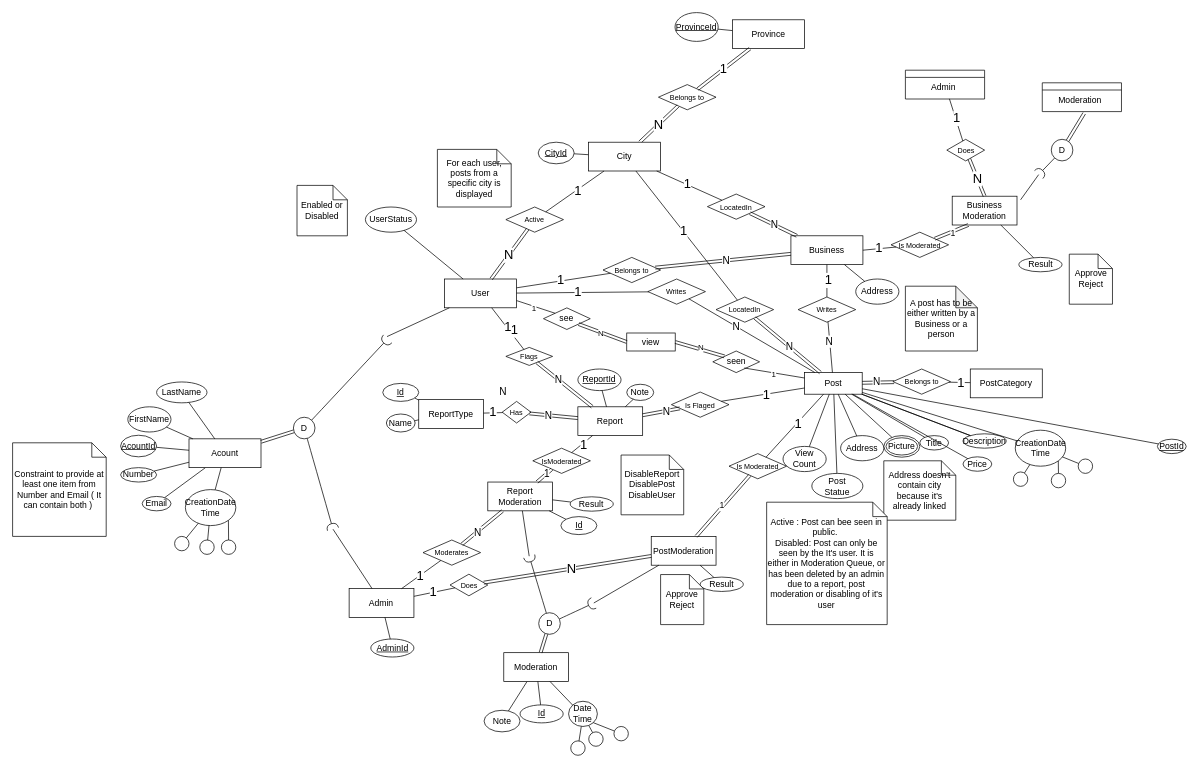
Earlier version of the draw.io diagram Project.drawio (khebrati/HamsellDatabase). Source tidied: cells renumbered, new cells numbered last; positions are measured from the earlier drawing's top-left corner, leaving out a move shared by most shapes. Both pictures are drawn from the tidied source at 72%, with x=0, y=0 at pixel (12, 12).
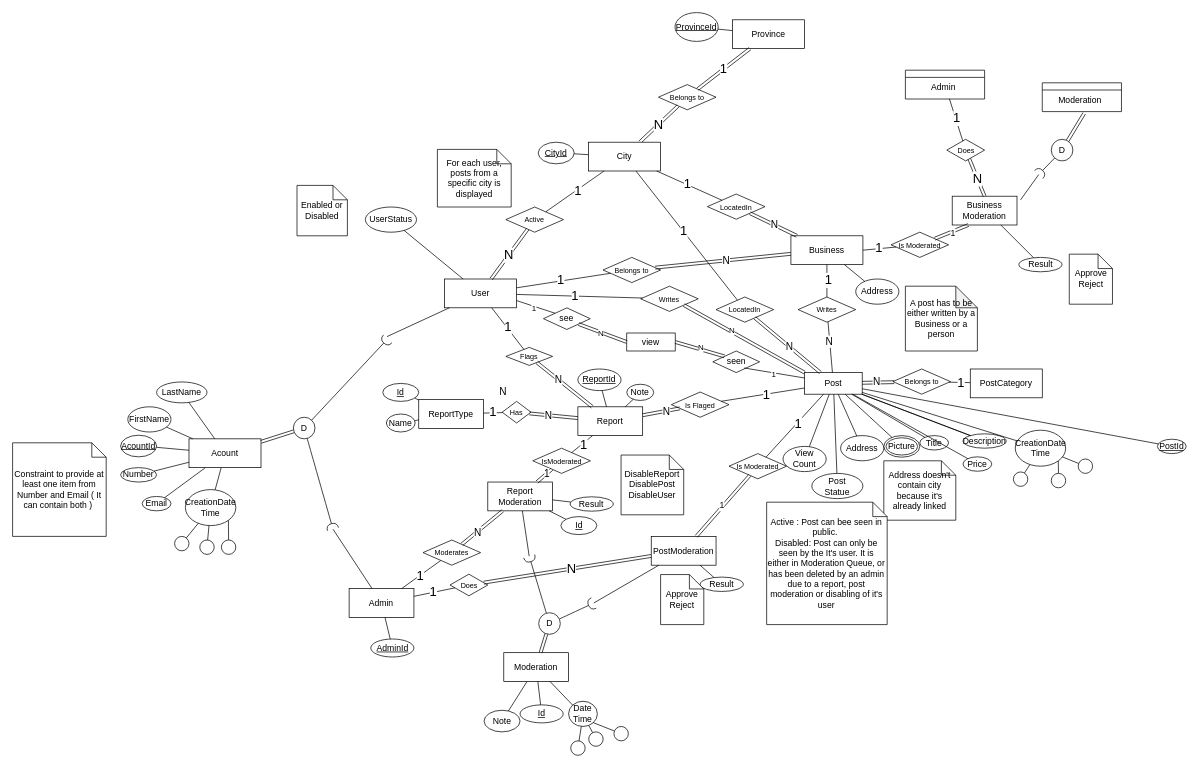
The same diagram, later.

Commit message:
"writes" relation corrected

The change refers to these unchanged cells:
```xml
<mxCell id="5" value="Post" style="whiteSpace=wrap;html=1;align=center;" parent="1" vertex="1">
  <mxGeometry x="1100" y="500" width="80" height="30" as="geometry" />
</mxCell>
```

Diff of the diagram source:
```diff
@@
     <mxCell id="66" value="&lt;font style=&quot;font-size: 10px;&quot;&gt;Writes&lt;/font&gt;" style="shape=rhombus;perimeter=rhombusPerimeter;whiteSpace=wrap;html=1;align=center;" parent="1" vertex="1">
-      <mxGeometry x="882.3" y="370" width="80" height="35" as="geometry" />
+      <mxGeometry x="872.3" y="380" width="80" height="35" as="geometry" />
     </mxCell>
@@
-    <mxCell id="177" style="endArrow=none;html=1;rounded=0;" parent="1" edge="1" source="5" target="66">
-      <mxGeometry relative="1" as="geometry" />
-    </mxCell>
-    <mxCell id="178" value="&lt;font style=&quot;font-size: 14px;&quot;&gt;N&lt;/font&gt;" style="edgeLabel;html=1;align=center;verticalAlign=middle;" parent="177" vertex="1">
-      <mxGeometry x="0.25" y="1" relative="1" as="geometry" />
-    </mxCell>
@@
-    <mxCell id="208" value="&lt;font style=&quot;font-size: 18px;&quot;&gt;1&lt;/font&gt;" style="edgeLabel;html=1;align=center;verticalAlign=middle;" parent="1" vertex="1">
-      <mxGeometry x="696.4" y="440.1" as="geometry" />
-    </mxCell>
@@
+    <mxCell id="248" style="shape=link;html=1;rounded=0;entryX=0;entryY=0;entryDx=0;entryDy=0;exitX=1;exitY=1;exitDx=0;exitDy=0;" parent="1" edge="1" source="66" target="5">
+      <mxGeometry relative="1" as="geometry" />
+    </mxCell>
+    <mxCell id="178" value="N" style="edgeLabel;html=1;align=center;verticalAlign=middle;" parent="248" vertex="1">
+      <mxGeometry x="-0.22" y="1" relative="1" as="geometry" />
+    </mxCell>
```
